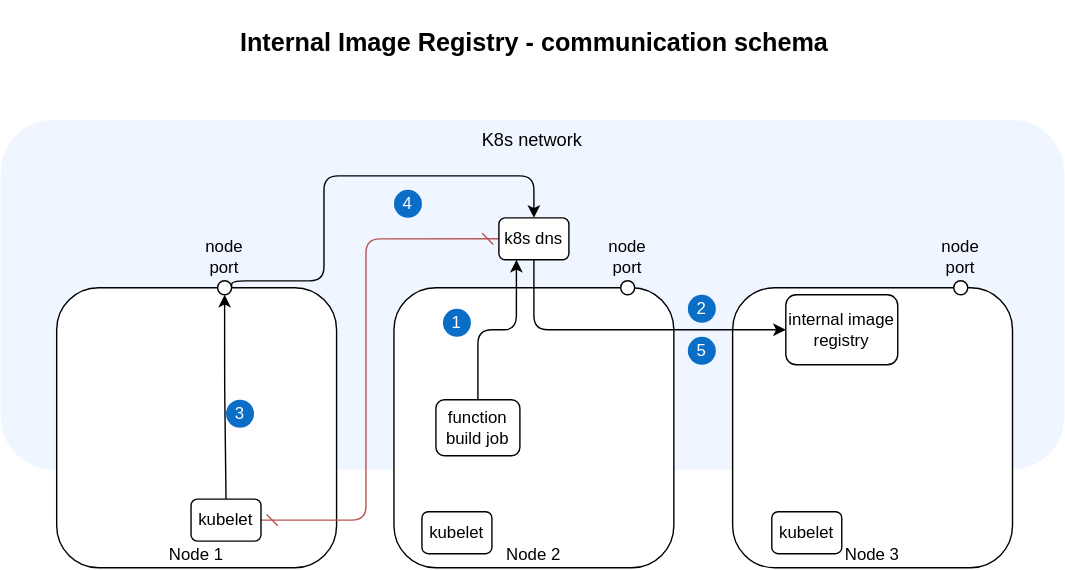
Earlier version of the draw.io export docs/assets/svls-internal-registry.svg (kyma-project/serverless). Source tidied: cells renumbered, new cells last; positions are measured from the earlier drawing's top-left corner, leaving out a move shared by most shapes. Its diagram source:
```xml
<mxGraphModel>
  <root>
    <mxCell id="0" />
    <mxCell id="1" parent="0" />
    <mxCell id="2" value="K8s network" style="rounded=1;whiteSpace=wrap;html=1;dashed=1;dashPattern=8 8;fillColor=#F0F6FF;align=center;verticalAlign=top;fontSize=13;labelPosition=center;verticalLabelPosition=middle;strokeColor=none;" parent="1" vertex="1">
      <mxGeometry y="85" width="760" height="250" as="geometry" />
    </mxCell>
    <mxCell id="3" value="Node 3" style="rounded=1;whiteSpace=wrap;html=1;labelPosition=center;verticalLabelPosition=middle;align=center;verticalAlign=bottom;" parent="1" vertex="1">
      <mxGeometry x="523" y="205" width="200" height="200" as="geometry" />
    </mxCell>
    <mxCell id="4" value="Node 2" style="rounded=1;whiteSpace=wrap;html=1;labelPosition=center;verticalLabelPosition=middle;align=center;verticalAlign=bottom;" parent="1" vertex="1">
      <mxGeometry x="281" y="205" width="200" height="200" as="geometry" />
    </mxCell>
    <mxCell id="5" value="Node 1" style="rounded=1;whiteSpace=wrap;html=1;labelPosition=center;verticalLabelPosition=middle;align=center;verticalAlign=bottom;" parent="1" vertex="1">
      <mxGeometry x="40" y="205" width="200" height="200" as="geometry" />
    </mxCell>
    <mxCell id="6" value="internal image registry" style="rounded=1;whiteSpace=wrap;html=1;" parent="1" vertex="1">
      <mxGeometry x="561" y="210" width="80" height="50" as="geometry" />
    </mxCell>
    <mxCell id="7" style="edgeStyle=orthogonalEdgeStyle;rounded=1;jettySize=auto;html=1;exitX=0.5;exitY=0;exitDx=0;exitDy=0;entryX=0.5;entryY=1;entryDx=0;entryDy=0;labelPosition=left;verticalLabelPosition=middle;align=right;verticalAlign=middle;" parent="1" edge="1" source="9" target="13">
      <mxGeometry relative="1" as="geometry">
        <Array as="points">
          <mxPoint x="160" y="276" />
          <mxPoint x="160" y="276" />
        </Array>
      </mxGeometry>
    </mxCell>
    <mxCell id="8" style="edgeStyle=orthogonalEdgeStyle;rounded=1;jettySize=auto;html=1;exitX=1;exitY=0.5;exitDx=0;exitDy=0;entryX=0;entryY=0.5;entryDx=0;entryDy=0;startArrow=dash;startFill=0;endArrow=dash;endFill=0;fillColor=#f8cecc;strokeColor=#b85450;" parent="1" edge="1" source="9" target="17">
      <mxGeometry relative="1" as="geometry">
        <Array as="points">
          <mxPoint x="261" y="371" />
          <mxPoint x="261" y="170" />
        </Array>
      </mxGeometry>
    </mxCell>
    <mxCell id="9" value="kubelet" style="rounded=1;whiteSpace=wrap;html=1;" parent="1" vertex="1">
      <mxGeometry x="136" y="356" width="50" height="30" as="geometry" />
    </mxCell>
    <mxCell id="10" value="kubelet" style="rounded=1;whiteSpace=wrap;html=1;" parent="1" vertex="1">
      <mxGeometry x="551" y="365" width="50" height="30" as="geometry" />
    </mxCell>
    <mxCell id="11" value="kubelet" style="rounded=1;whiteSpace=wrap;html=1;" parent="1" vertex="1">
      <mxGeometry x="301" y="365" width="50" height="30" as="geometry" />
    </mxCell>
    <mxCell id="12" style="edgeStyle=orthogonalEdgeStyle;rounded=1;jettySize=auto;html=1;exitX=1;exitY=0.5;exitDx=0;exitDy=0;entryX=0.5;entryY=0;entryDx=0;entryDy=0;" parent="1" edge="1" source="13" target="17">
      <mxGeometry relative="1" as="geometry">
        <Array as="points">
          <mxPoint x="231" y="200" />
          <mxPoint x="231" y="125" />
          <mxPoint x="381" y="125" />
        </Array>
      </mxGeometry>
    </mxCell>
    <mxCell id="13" value="node port" style="ellipse;whiteSpace=wrap;html=1;labelPosition=center;verticalLabelPosition=top;align=center;verticalAlign=bottom;" parent="1" vertex="1">
      <mxGeometry x="155" y="200" width="10" height="10" as="geometry" />
    </mxCell>
    <mxCell id="14" value="node port" style="ellipse;whiteSpace=wrap;html=1;labelPosition=center;verticalLabelPosition=top;align=center;verticalAlign=bottom;" parent="1" vertex="1">
      <mxGeometry x="681" y="200" width="10" height="10" as="geometry" />
    </mxCell>
    <mxCell id="15" value="node port" style="ellipse;whiteSpace=wrap;html=1;labelPosition=center;verticalLabelPosition=top;align=center;verticalAlign=bottom;" parent="1" vertex="1">
      <mxGeometry x="443" y="200" width="10" height="10" as="geometry" />
    </mxCell>
    <mxCell id="16" style="edgeStyle=orthogonalEdgeStyle;rounded=1;jettySize=auto;html=1;exitX=0.5;exitY=1;exitDx=0;exitDy=0;entryX=0;entryY=0.5;entryDx=0;entryDy=0;" parent="1" edge="1" source="17" target="6">
      <mxGeometry relative="1" as="geometry" />
    </mxCell>
    <mxCell id="17" value="k8s dns" style="rounded=1;whiteSpace=wrap;html=1;" parent="1" vertex="1">
      <mxGeometry x="356" y="155" width="50" height="30" as="geometry" />
    </mxCell>
    <mxCell id="18" style="edgeStyle=orthogonalEdgeStyle;rounded=1;jettySize=auto;html=1;entryX=0.25;entryY=1;entryDx=0;entryDy=0;" parent="1" edge="1" source="19" target="17">
      <mxGeometry relative="1" as="geometry" />
    </mxCell>
    <mxCell id="19" value="function build job" style="rounded=1;whiteSpace=wrap;html=1;" parent="1" vertex="1">
      <mxGeometry x="311" y="285" width="60" height="40" as="geometry" />
    </mxCell>
    <mxCell id="20" value="&lt;h2&gt;Internal Image Registry - communication schema&lt;/h2&gt;" style="text;html=1;align=center;verticalAlign=middle;strokeColor=none;fillColor=none;" parent="1" vertex="1">
      <mxGeometry x="161" width="440" height="60" as="geometry" />
    </mxCell>
    <mxCell id="21" value="&lt;font color=&quot;#ffffff&quot;&gt;1&lt;/font&gt;" style="ellipse;whiteSpace=wrap;html=1;fillColor=#0A6EC7;strokeColor=none;" parent="1" vertex="1">
      <mxGeometry x="316" y="220" width="20" height="20" as="geometry" />
    </mxCell>
    <mxCell id="22" value="&lt;font color=&quot;#ffffff&quot;&gt;3&lt;/font&gt;" style="ellipse;whiteSpace=wrap;html=1;fillColor=#0A6EC7;strokeColor=none;" parent="1" vertex="1">
      <mxGeometry x="161" y="285" width="20" height="20" as="geometry" />
    </mxCell>
    <mxCell id="23" value="&lt;font color=&quot;#ffffff&quot;&gt;4&lt;/font&gt;" style="ellipse;whiteSpace=wrap;html=1;fillColor=#0A6EC7;strokeColor=none;" parent="1" vertex="1">
      <mxGeometry x="281" y="135" width="20" height="20" as="geometry" />
    </mxCell>
    <mxCell id="24" value="&lt;font color=&quot;#ffffff&quot;&gt;2&lt;/font&gt;" style="ellipse;whiteSpace=wrap;html=1;fillColor=#0A6EC7;strokeColor=none;" parent="1" vertex="1">
      <mxGeometry x="491" y="210" width="20" height="20" as="geometry" />
    </mxCell>
    <mxCell id="25" value="&lt;font color=&quot;#ffffff&quot;&gt;5&lt;/font&gt;" style="ellipse;whiteSpace=wrap;html=1;fillColor=#0A6EC7;strokeColor=none;" parent="1" vertex="1">
      <mxGeometry x="491" y="240" width="20" height="20" as="geometry" />
    </mxCell>
  </root>
</mxGraphModel>
```
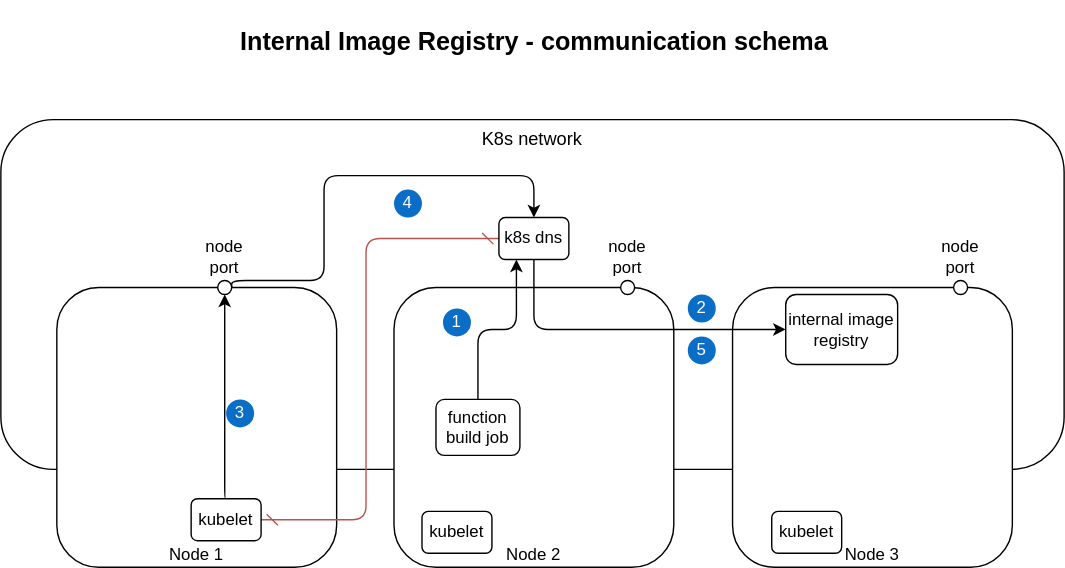
The same file after the commit.

Change to the diagram source:
```diff
@@ -2,7 +2,7 @@
   <root>
     <mxCell id="0" />
     <mxCell id="1" parent="0" />
-    <mxCell id="2" value="K8s network" style="rounded=1;whiteSpace=wrap;html=1;dashed=1;dashPattern=8 8;fillColor=#F0F6FF;align=center;verticalAlign=top;fontSize=13;labelPosition=center;verticalLabelPosition=middle;strokeColor=none;" parent="1" vertex="1">
+    <mxCell id="2" value="K8s network" style="rounded=1;whiteSpace=wrap;html=1;align=center;verticalAlign=top;fontSize=13;labelPosition=center;verticalLabelPosition=middle;" parent="1" vertex="1">
       <mxGeometry y="85" width="760" height="250" as="geometry" />
     </mxCell>
     <mxCell id="3" value="Node 3" style="rounded=1;whiteSpace=wrap;html=1;labelPosition=center;verticalLabelPosition=middle;align=center;verticalAlign=bottom;" parent="1" vertex="1">
```
